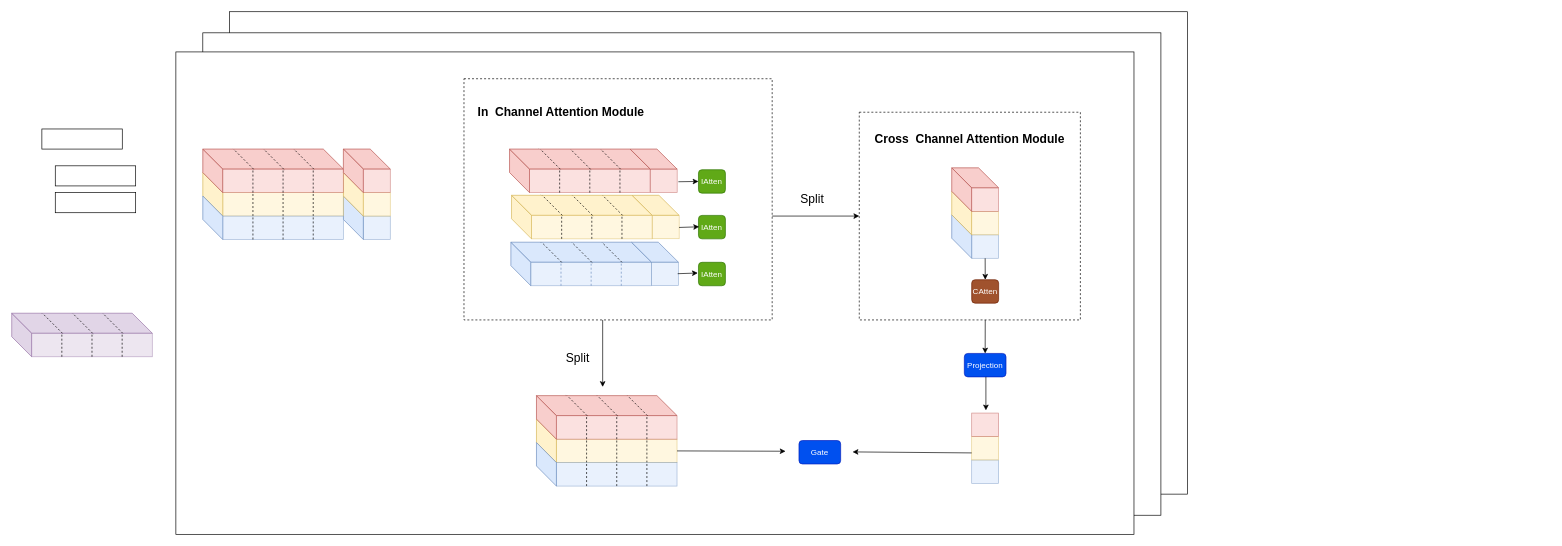
This is 未命名绘图.drawio from jimmylihui/academicpages.github.io, a draw.io file, before an edit. Source tidied: cells renumbered, new cells numbered last; positions are measured from the earlier drawing's top-left corner, leaving out a move shared by most shapes. Both pictures are drawn from the tidied source at 67%, with x=0, y=0 at pixel (11, 11).
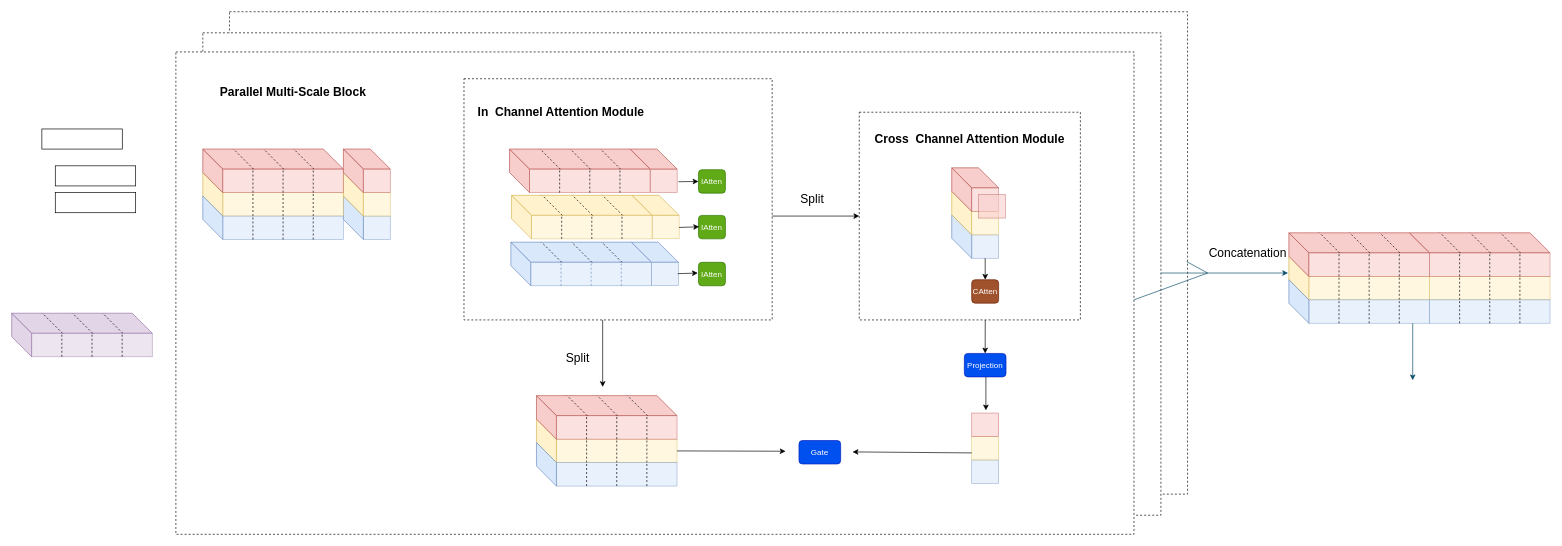
The same page after the edit.

Commit message (it also covers changes not shown here):
更新未命名绘图.drawio

Diff of the diagram source:
```diff
@@
-    <mxCell id="2" style="rounded=0;whiteSpace=wrap;html=1;align=center;verticalAlign=middle;fontFamily=Helvetica;fontSize=12;" parent="1" vertex="1">
+    <mxCell id="2" style="rounded=0;whiteSpace=wrap;html=1;align=center;verticalAlign=middle;fontFamily=Helvetica;fontSize=12;dashed=1;" parent="1" vertex="1">
       <mxGeometry x="325" width="1430" height="720" as="geometry" />
     </mxCell>
-    <mxCell id="3" style="rounded=0;whiteSpace=wrap;html=1;align=center;verticalAlign=middle;fontFamily=Helvetica;fontSize=12;" parent="1" vertex="1">
+    <mxCell id="3" style="rounded=0;whiteSpace=wrap;html=1;align=center;verticalAlign=middle;fontFamily=Helvetica;fontSize=12;dashed=1;" parent="1" vertex="1">
       <mxGeometry x="285.2" y="31.5" width="1430" height="720" as="geometry" />
     </mxCell>
-    <mxCell id="4" style="rounded=0;whiteSpace=wrap;html=1;align=center;verticalAlign=middle;fontFamily=Helvetica;fontSize=12;" parent="1" vertex="1">
+    <mxCell id="4" style="rounded=0;whiteSpace=wrap;html=1;align=center;verticalAlign=middle;fontFamily=Helvetica;fontSize=12;dashed=1;" parent="1" vertex="1">
       <mxGeometry x="245" y="60" width="1430" height="720" as="geometry" />
     </mxCell>
@@
+    <mxCell id="164" value="Parallel Multi-Scale Block" style="text;html=1;strokeColor=none;fillColor=none;align=center;verticalAlign=middle;whiteSpace=wrap;rounded=0;fontSize=18;fontFamily=Helvetica;fontColor=default;fontStyle=1;" parent="1" vertex="1">
+      <mxGeometry x="265" y="90" width="310" height="60" as="geometry" />
+    </mxCell>
+    <mxCell id="165" style="group;" parent="1" vertex="1">
+      <mxGeometry x="1906.2" y="330" width="279.8" height="135" as="geometry" />
+    </mxCell>
+    <mxCell id="166" style="rounded=0;whiteSpace=wrap;html=1;strokeColor=#d6b656;align=center;verticalAlign=middle;fontFamily=Helvetica;fontSize=12;fillColor=#fff2cc;opacity=60;" parent="165" vertex="1">
+      <mxGeometry x="29.8" y="65" width="180" height="35" as="geometry" />
+    </mxCell>
+    <mxCell id="167" style="shape=parallelogram;perimeter=parallelogramPerimeter;whiteSpace=wrap;html=1;fixedSize=1;direction=south;flipH=0;size=30;fillColor=#fff2cc;strokeColor=#d6b656;" parent="165" vertex="1">
+      <mxGeometry y="35" width="29.8" height="65" as="geometry" />
+    </mxCell>
+    <mxCell id="168" style="endArrow=none;html=1;rounded=0;fontFamily=Helvetica;fontSize=12;fontColor=default;entryX=0.25;entryY=0;entryDx=0;entryDy=0;exitX=0.25;exitY=1;exitDx=0;exitDy=0;dashed=1;" parent="165" edge="1" source="166" target="166">
+      <mxGeometry relative="1" as="geometry" />
+    </mxCell>
+    <mxCell id="169" style="endArrow=none;html=1;rounded=0;fontFamily=Helvetica;fontSize=12;fontColor=default;entryX=0.5;entryY=0;entryDx=0;entryDy=0;exitX=0.5;exitY=1;exitDx=0;exitDy=0;dashed=1;" parent="165" edge="1" source="166" target="166">
+      <mxGeometry relative="1" as="geometry" />
+    </mxCell>
+    <mxCell id="170" style="endArrow=none;html=1;rounded=0;fontFamily=Helvetica;fontSize=12;fontColor=default;entryX=0.75;entryY=0;entryDx=0;entryDy=0;exitX=0.75;exitY=1;exitDx=0;exitDy=0;dashed=1;" parent="165" edge="1" source="166" target="166">
+      <mxGeometry relative="1" as="geometry" />
+    </mxCell>
+    <mxCell id="171" style="rounded=0;whiteSpace=wrap;html=1;strokeColor=#6c8ebf;align=center;verticalAlign=middle;fontFamily=Helvetica;fontSize=12;fillColor=#dae8fc;opacity=60;" parent="165" vertex="1">
+      <mxGeometry x="29.8" y="100" width="180" height="35" as="geometry" />
+    </mxCell>
+    <mxCell id="172" style="shape=parallelogram;perimeter=parallelogramPerimeter;whiteSpace=wrap;html=1;fixedSize=1;direction=south;flipH=0;size=30;fillColor=#dae8fc;strokeColor=#6c8ebf;" parent="165" vertex="1">
+      <mxGeometry y="70" width="29.8" height="65" as="geometry" />
+    </mxCell>
+    <mxCell id="173" style="endArrow=none;html=1;rounded=0;fontFamily=Helvetica;fontSize=12;fontColor=default;entryX=0.25;entryY=0;entryDx=0;entryDy=0;exitX=0.25;exitY=1;exitDx=0;exitDy=0;dashed=1;" parent="165" edge="1" source="171" target="171">
+      <mxGeometry relative="1" as="geometry" />
+    </mxCell>
+    <mxCell id="174" style="endArrow=none;html=1;rounded=0;fontFamily=Helvetica;fontSize=12;fontColor=default;entryX=0.5;entryY=0;entryDx=0;entryDy=0;exitX=0.5;exitY=1;exitDx=0;exitDy=0;dashed=1;" parent="165" edge="1" source="171" target="171">
+      <mxGeometry relative="1" as="geometry" />
+    </mxCell>
+    <mxCell id="175" style="endArrow=none;html=1;rounded=0;fontFamily=Helvetica;fontSize=12;fontColor=default;entryX=0.75;entryY=0;entryDx=0;entryDy=0;exitX=0.75;exitY=1;exitDx=0;exitDy=0;dashed=1;" parent="165" edge="1" source="171" target="171">
+      <mxGeometry relative="1" as="geometry" />
+    </mxCell>
+    <mxCell id="176" style="endArrow=none;html=1;rounded=0;fontFamily=Helvetica;fontSize=12;fontColor=default;exitX=0.153;exitY=0;exitDx=0;exitDy=0;exitPerimeter=0;entryX=1;entryY=0;entryDx=0;entryDy=0;dashed=1;" parent="165" edge="1">
+      <mxGeometry relative="1" as="geometry">
+        <mxPoint x="89.7" y="1" as="sourcePoint" />
+        <mxPoint x="121.8" y="31" as="targetPoint" />
+      </mxGeometry>
+    </mxCell>
+    <mxCell id="177" style="endArrow=none;html=1;rounded=0;fontFamily=Helvetica;fontSize=12;fontColor=default;exitX=0.153;exitY=0;exitDx=0;exitDy=0;exitPerimeter=0;entryX=1;entryY=0;entryDx=0;entryDy=0;dashed=1;" parent="165" edge="1">
+      <mxGeometry relative="1" as="geometry">
+        <mxPoint x="43.7" as="sourcePoint" />
+        <mxPoint x="75.8" y="30" as="targetPoint" />
+      </mxGeometry>
+    </mxCell>
+    <mxCell id="178" style="shape=parallelogram;perimeter=parallelogramPerimeter;whiteSpace=wrap;html=1;fixedSize=1;direction=south;flipH=0;size=30;fillColor=#f8cecc;strokeColor=#b85450;" parent="165" vertex="1">
+      <mxGeometry width="29.8" height="65" as="geometry" />
+    </mxCell>
+    <mxCell id="179" style="shape=parallelogram;perimeter=parallelogramPerimeter;whiteSpace=wrap;html=1;fixedSize=1;points=[[0,0,0,0,0],[0,0.25,0,0,0],[0,0.5,0,0,0],[0,0.75,0,0,0],[0.12,1,0,0,2],[0.25,0,0,0,0],[0.25,1,0,0,0],[0.5,0,0,0,0],[0.5,1,0,0,0],[0.75,0,0,0,0],[0.75,1,0,0,0],[1,0,0,0,0],[1,0.25,0,0,0],[1,0.5,0,0,0],[1,0.75,0,0,0],[1,1,0,0,0]];direction=west;flipH=0;size=30;flipV=1;fillColor=#f8cecc;strokeColor=#b85450;" parent="165" vertex="1">
+      <mxGeometry width="209.8" height="29.8" as="geometry" />
+    </mxCell>
+    <mxCell id="180" style="rounded=0;whiteSpace=wrap;html=1;strokeColor=#b85450;align=center;verticalAlign=middle;fontFamily=Helvetica;fontSize=12;fillColor=#f8cecc;opacity=60;" parent="165" vertex="1">
+      <mxGeometry x="29.8" y="30" width="180" height="35" as="geometry" />
+    </mxCell>
+    <mxCell id="181" style="endArrow=none;html=1;rounded=0;fontFamily=Helvetica;fontSize=12;fontColor=default;exitX=0.25;exitY=0;exitDx=0;exitDy=0;" parent="165" edge="1" source="180" target="179">
+      <mxGeometry relative="1" as="geometry" />
+    </mxCell>
+    <mxCell id="182" style="edgeStyle=orthogonalEdgeStyle;rounded=0;orthogonalLoop=1;jettySize=auto;html=1;exitX=0.5;exitY=1;exitDx=0;exitDy=0;fontFamily=Helvetica;fontSize=12;fontColor=default;" parent="165" edge="1" source="180" target="180">
+      <mxGeometry relative="1" as="geometry" />
+    </mxCell>
+    <mxCell id="183" style="endArrow=none;html=1;rounded=0;fontFamily=Helvetica;fontSize=12;fontColor=default;entryX=0.25;entryY=0;entryDx=0;entryDy=0;exitX=0.25;exitY=1;exitDx=0;exitDy=0;dashed=1;" parent="165" edge="1" source="180" target="180">
+      <mxGeometry relative="1" as="geometry" />
+    </mxCell>
+    <mxCell id="184" style="endArrow=none;html=1;rounded=0;fontFamily=Helvetica;fontSize=12;fontColor=default;entryX=0.5;entryY=0;entryDx=0;entryDy=0;exitX=0.5;exitY=1;exitDx=0;exitDy=0;dashed=1;" parent="165" edge="1" source="180" target="180">
+      <mxGeometry relative="1" as="geometry" />
+    </mxCell>
+    <mxCell id="185" style="endArrow=none;html=1;rounded=0;fontFamily=Helvetica;fontSize=12;fontColor=default;entryX=0.75;entryY=0;entryDx=0;entryDy=0;exitX=0.75;exitY=1;exitDx=0;exitDy=0;dashed=1;" parent="165" edge="1" source="180" target="180">
+      <mxGeometry relative="1" as="geometry" />
+    </mxCell>
+    <mxCell id="186" style="endArrow=none;html=1;rounded=0;fontFamily=Helvetica;fontSize=12;fontColor=default;entryX=0.143;entryY=0;entryDx=0;entryDy=0;entryPerimeter=0;exitX=1;exitY=0;exitDx=0;exitDy=0;dashed=1;" parent="165" edge="1">
+      <mxGeometry relative="1" as="geometry">
+        <mxPoint x="165.8" y="30" as="sourcePoint" />
+        <mxPoint x="135.8" as="targetPoint" />
+      </mxGeometry>
+    </mxCell>
+    <mxCell id="187" style="endArrow=none;html=1;rounded=0;fontFamily=Helvetica;fontSize=12;fontColor=default;entryX=0.143;entryY=0;entryDx=0;entryDy=0;entryPerimeter=0;exitX=1;exitY=0;exitDx=0;exitDy=0;dashed=1;" parent="165" edge="1">
+      <mxGeometry relative="1" as="geometry">
+        <mxPoint x="120.8" y="30" as="sourcePoint" />
+        <mxPoint x="90.8" as="targetPoint" />
+      </mxGeometry>
+    </mxCell>
+    <mxCell id="188" style="endArrow=none;html=1;rounded=0;fontFamily=Helvetica;fontSize=12;fontColor=default;entryX=0.143;entryY=0;entryDx=0;entryDy=0;entryPerimeter=0;exitX=1;exitY=0;exitDx=0;exitDy=0;dashed=1;" parent="165" edge="1">
+      <mxGeometry relative="1" as="geometry">
+        <mxPoint x="75.8" y="30" as="sourcePoint" />
+        <mxPoint x="45.8" as="targetPoint" />
+      </mxGeometry>
+    </mxCell>
+    <mxCell id="189" style="rounded=0;whiteSpace=wrap;html=1;strokeColor=#b85450;align=center;verticalAlign=middle;fontFamily=Helvetica;fontSize=12;fillColor=#f8cecc;opacity=60;" parent="1" vertex="1">
+      <mxGeometry x="1442.8" y="273" width="40.2" height="35" as="geometry" />
+    </mxCell>
+    <mxCell id="190" style="rounded=0;whiteSpace=wrap;html=1;strokeColor=#d6b656;align=center;verticalAlign=middle;fontFamily=Helvetica;fontSize=12;fillColor=#fff2cc;opacity=60;" parent="1" vertex="1">
+      <mxGeometry x="2116" y="395" width="180" height="35" as="geometry" />
+    </mxCell>
+    <mxCell id="191" style="endArrow=none;html=1;rounded=0;fontFamily=Helvetica;fontSize=12;fontColor=default;entryX=0.25;entryY=0;entryDx=0;entryDy=0;exitX=0.25;exitY=1;exitDx=0;exitDy=0;dashed=1;" parent="1" edge="1" source="190" target="190">
+      <mxGeometry relative="1" as="geometry" />
+    </mxCell>
+    <mxCell id="192" style="endArrow=none;html=1;rounded=0;fontFamily=Helvetica;fontSize=12;fontColor=default;entryX=0.5;entryY=0;entryDx=0;entryDy=0;exitX=0.5;exitY=1;exitDx=0;exitDy=0;dashed=1;" parent="1" edge="1" source="190" target="190">
+      <mxGeometry relative="1" as="geometry" />
+    </mxCell>
+    <mxCell id="193" style="endArrow=none;html=1;rounded=0;fontFamily=Helvetica;fontSize=12;fontColor=default;entryX=0.75;entryY=0;entryDx=0;entryDy=0;exitX=0.75;exitY=1;exitDx=0;exitDy=0;dashed=1;" parent="1" edge="1" source="190" target="190">
+      <mxGeometry relative="1" as="geometry" />
+    </mxCell>
+    <mxCell id="194" style="rounded=0;whiteSpace=wrap;html=1;strokeColor=#6c8ebf;align=center;verticalAlign=middle;fontFamily=Helvetica;fontSize=12;fillColor=#dae8fc;opacity=60;" parent="1" vertex="1">
+      <mxGeometry x="2116" y="430" width="180" height="35" as="geometry" />
+    </mxCell>
+    <mxCell id="195" style="endArrow=none;html=1;rounded=0;fontFamily=Helvetica;fontSize=12;fontColor=default;entryX=0.25;entryY=0;entryDx=0;entryDy=0;exitX=0.25;exitY=1;exitDx=0;exitDy=0;dashed=1;" parent="1" edge="1" source="194" target="194">
+      <mxGeometry relative="1" as="geometry" />
+    </mxCell>
+    <mxCell id="196" style="endArrow=none;html=1;rounded=0;fontFamily=Helvetica;fontSize=12;fontColor=default;entryX=0.5;entryY=0;entryDx=0;entryDy=0;exitX=0.5;exitY=1;exitDx=0;exitDy=0;dashed=1;" parent="1" edge="1" source="194" target="194">
+      <mxGeometry relative="1" as="geometry" />
+    </mxCell>
+    <mxCell id="197" style="endArrow=none;html=1;rounded=0;fontFamily=Helvetica;fontSize=12;fontColor=default;entryX=0.75;entryY=0;entryDx=0;entryDy=0;exitX=0.75;exitY=1;exitDx=0;exitDy=0;dashed=1;" parent="1" edge="1" source="194" target="194">
+      <mxGeometry relative="1" as="geometry" />
+    </mxCell>
+    <mxCell id="198" style="endArrow=none;html=1;rounded=0;fontFamily=Helvetica;fontSize=12;fontColor=default;exitX=0.153;exitY=0;exitDx=0;exitDy=0;exitPerimeter=0;entryX=1;entryY=0;entryDx=0;entryDy=0;dashed=1;" parent="1" edge="1">
+      <mxGeometry relative="1" as="geometry">
+        <mxPoint x="2175.9" y="331" as="sourcePoint" />
+        <mxPoint x="2208" y="361" as="targetPoint" />
+      </mxGeometry>
+    </mxCell>
+    <mxCell id="199" style="endArrow=none;html=1;rounded=0;fontFamily=Helvetica;fontSize=12;fontColor=default;exitX=0.153;exitY=0;exitDx=0;exitDy=0;exitPerimeter=0;entryX=1;entryY=0;entryDx=0;entryDy=0;dashed=1;" parent="1" edge="1">
+      <mxGeometry relative="1" as="geometry">
+        <mxPoint x="2129.9" y="330" as="sourcePoint" />
+        <mxPoint x="2162" y="360" as="targetPoint" />
+      </mxGeometry>
+    </mxCell>
+    <mxCell id="200" style="shape=parallelogram;perimeter=parallelogramPerimeter;whiteSpace=wrap;html=1;fixedSize=1;points=[[0,0,0,0,0],[0,0.25,0,0,0],[0,0.5,0,0,0],[0,0.75,0,0,0],[0.12,1,0,0,2],[0.25,0,0,0,0],[0.25,1,0,0,0],[0.5,0,0,0,0],[0.5,1,0,0,0],[0.75,0,0,0,0],[0.75,1,0,0,0],[1,0,0,0,0],[1,0.25,0,0,0],[1,0.5,0,0,0],[1,0.75,0,0,0],[1,1,0,0,0]];direction=west;flipH=0;size=30;flipV=1;fillColor=#f8cecc;strokeColor=#b85450;" parent="1" vertex="1">
+      <mxGeometry x="2086.2" y="330" width="209.8" height="29.8" as="geometry" />
+    </mxCell>
+    <mxCell id="201" style="rounded=0;whiteSpace=wrap;html=1;strokeColor=#b85450;align=center;verticalAlign=middle;fontFamily=Helvetica;fontSize=12;fillColor=#f8cecc;opacity=60;" parent="1" vertex="1">
+      <mxGeometry x="2116" y="360" width="180" height="35" as="geometry" />
+    </mxCell>
+    <mxCell id="202" style="endArrow=none;html=1;rounded=0;fontFamily=Helvetica;fontSize=12;fontColor=default;exitX=0.25;exitY=0;exitDx=0;exitDy=0;" parent="1" edge="1" source="201" target="200">
+      <mxGeometry relative="1" as="geometry" />
+    </mxCell>
+    <mxCell id="203" style="edgeStyle=orthogonalEdgeStyle;rounded=0;orthogonalLoop=1;jettySize=auto;html=1;exitX=0.5;exitY=1;exitDx=0;exitDy=0;fontFamily=Helvetica;fontSize=12;fontColor=default;" parent="1" edge="1" source="201" target="201">
+      <mxGeometry relative="1" as="geometry" />
+    </mxCell>
+    <mxCell id="204" style="endArrow=none;html=1;rounded=0;fontFamily=Helvetica;fontSize=12;fontColor=default;entryX=0.25;entryY=0;entryDx=0;entryDy=0;exitX=0.25;exitY=1;exitDx=0;exitDy=0;dashed=1;" parent="1" edge="1" source="201" target="201">
+      <mxGeometry relative="1" as="geometry" />
+    </mxCell>
+    <mxCell id="205" style="endArrow=none;html=1;rounded=0;fontFamily=Helvetica;fontSize=12;fontColor=default;entryX=0.5;entryY=0;entryDx=0;entryDy=0;exitX=0.5;exitY=1;exitDx=0;exitDy=0;dashed=1;" parent="1" edge="1" source="201" target="201">
+      <mxGeometry relative="1" as="geometry" />
+    </mxCell>
+    <mxCell id="206" style="endArrow=none;html=1;rounded=0;fontFamily=Helvetica;fontSize=12;fontColor=default;entryX=0.75;entryY=0;entryDx=0;entryDy=0;exitX=0.75;exitY=1;exitDx=0;exitDy=0;dashed=1;" parent="1" edge="1" source="201" target="201">
+      <mxGeometry relative="1" as="geometry" />
+    </mxCell>
+    <mxCell id="207" style="endArrow=none;html=1;rounded=0;fontFamily=Helvetica;fontSize=12;fontColor=default;entryX=0.143;entryY=0;entryDx=0;entryDy=0;entryPerimeter=0;exitX=1;exitY=0;exitDx=0;exitDy=0;dashed=1;" parent="1" edge="1">
+      <mxGeometry relative="1" as="geometry">
+        <mxPoint x="2252" y="360" as="sourcePoint" />
+        <mxPoint x="2222" y="330" as="targetPoint" />
+      </mxGeometry>
+    </mxCell>
+    <mxCell id="208" style="endArrow=none;html=1;rounded=0;fontFamily=Helvetica;fontSize=12;fontColor=default;entryX=0.143;entryY=0;entryDx=0;entryDy=0;entryPerimeter=0;exitX=1;exitY=0;exitDx=0;exitDy=0;dashed=1;" parent="1" edge="1">
+      <mxGeometry relative="1" as="geometry">
+        <mxPoint x="2207" y="360" as="sourcePoint" />
+        <mxPoint x="2177" y="330" as="targetPoint" />
+      </mxGeometry>
+    </mxCell>
+    <mxCell id="209" style="endArrow=none;html=1;rounded=0;fontFamily=Helvetica;fontSize=12;fontColor=default;entryX=0.143;entryY=0;entryDx=0;entryDy=0;entryPerimeter=0;exitX=1;exitY=0;exitDx=0;exitDy=0;dashed=1;" parent="1" edge="1">
+      <mxGeometry relative="1" as="geometry">
+        <mxPoint x="2162" y="360" as="sourcePoint" />
+        <mxPoint x="2132" y="330" as="targetPoint" />
+      </mxGeometry>
+    </mxCell>
+    <mxCell id="210" style="endArrow=none;html=1;rounded=0;strokeColor=#0B4D6A;" parent="1" edge="1">
+      <mxGeometry relative="1" as="geometry">
+        <mxPoint x="1675" y="430" as="sourcePoint" />
+        <mxPoint x="1785" y="390" as="targetPoint" />
+      </mxGeometry>
+    </mxCell>
+    <mxCell id="211" style="endArrow=none;html=1;rounded=0;strokeColor=#0B4D6A;" parent="1" edge="1">
+      <mxGeometry relative="1" as="geometry">
+        <mxPoint x="1715" y="390" as="sourcePoint" />
+        <mxPoint x="1785" y="390" as="targetPoint" />
+      </mxGeometry>
+    </mxCell>
+    <mxCell id="212" style="endArrow=none;html=1;rounded=0;strokeColor=#0B4D6A;exitX=0.999;exitY=0.518;exitDx=0;exitDy=0;exitPerimeter=0;" parent="1" edge="1" source="2">
+      <mxGeometry relative="1" as="geometry">
+        <mxPoint x="1785" y="390" as="targetPoint" />
+      </mxGeometry>
+    </mxCell>
+    <mxCell id="213" style="endArrow=classic;html=1;rounded=0;strokeColor=#0B4D6A;" parent="1" edge="1">
+      <mxGeometry relative="1" as="geometry">
+        <mxPoint x="1785" y="390" as="sourcePoint" />
+        <mxPoint x="1905" y="390" as="targetPoint" />
+      </mxGeometry>
+    </mxCell>
+    <mxCell id="214" value="Concatenation" style="text;html=1;strokeColor=none;fillColor=none;align=center;verticalAlign=middle;whiteSpace=wrap;rounded=0;fontSize=18;fontFamily=Helvetica;fontColor=default;" parent="1" vertex="1">
+      <mxGeometry x="1775" y="345" width="140" height="30" as="geometry" />
+    </mxCell>
+    <mxCell id="215" style="endArrow=classic;html=1;rounded=0;strokeColor=#0B4D6A;exitX=0.75;exitY=1;exitDx=0;exitDy=0;" parent="1" edge="1">
+      <mxGeometry relative="1" as="geometry">
+        <mxPoint x="2091" y="465" as="sourcePoint" />
+        <mxPoint x="2091" y="550" as="targetPoint" />
+      </mxGeometry>
+    </mxCell>
```
